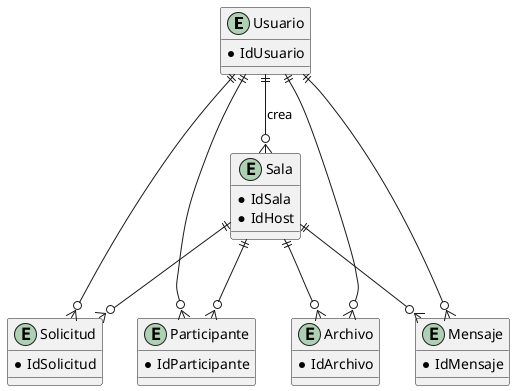
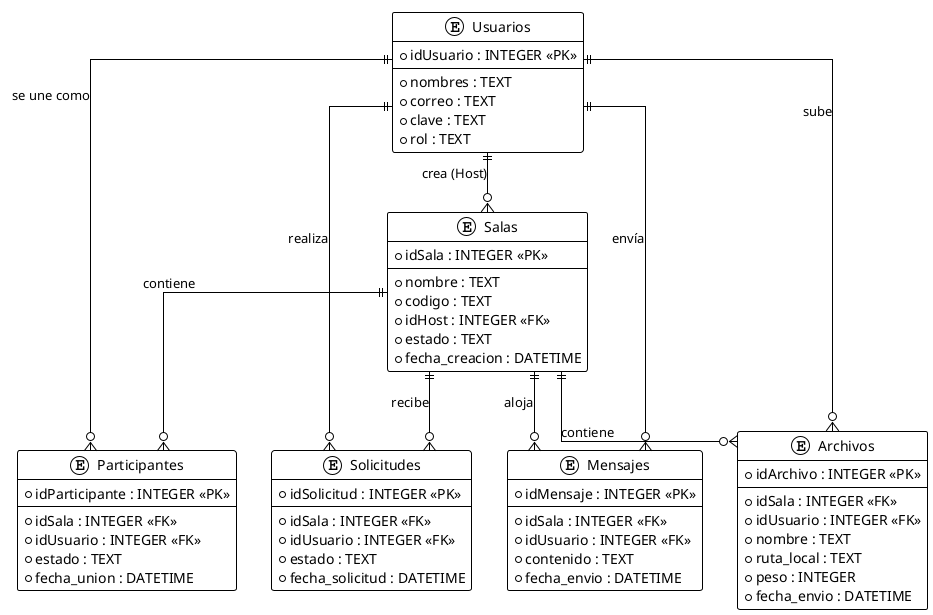
@startuml
- skinparam entity {
-   BackgroundColor White
-   BorderColor #2E86C1
-   FontColor #2E86C1
+ !theme plain
+ skinparam linetype ortho
+ 
+ entity "Usuarios" as usuario {
+   * idUsuario : INTEGER <<PK>>
+   --
+   * nombres : TEXT
+   * correo : TEXT
+   * clave : TEXT
+   * rol : TEXT
}

- entity Usuario {
-   * IdUsuario
+ entity "Salas" as sala {
+   * idSala : INTEGER <<PK>>
+   --
+   * nombre : TEXT
+   * codigo : TEXT
+   * idHost : INTEGER <<FK>>
+   * estado : TEXT
+   * fecha_creacion : DATETIME
}

- entity Sala {
-   * IdSala
-   * IdHost
+ entity "Participantes" as participante {
+   * idParticipante : INTEGER <<PK>>
+   --
+   * idSala : INTEGER <<FK>>
+   * idUsuario : INTEGER <<FK>>
+   * estado : TEXT
+   * fecha_union : DATETIME
}

- entity Participante {
-   * IdParticipante
+ entity "Solicitudes" as solicitud {
+   * idSolicitud : INTEGER <<PK>>
+   --
+   * idSala : INTEGER <<FK>>
+   * idUsuario : INTEGER <<FK>>
+   * estado : TEXT
+   * fecha_solicitud : DATETIME
}

- entity Solicitud {
-   * IdSolicitud
+ entity "Mensajes" as mensaje {
+   * idMensaje : INTEGER <<PK>>
+   --
+   * idSala : INTEGER <<FK>>
+   * idUsuario : INTEGER <<FK>>
+   * contenido : TEXT
+   * fecha_envio : DATETIME
}

- entity Mensaje {
-   * IdMensaje
+ entity "Archivos" as archivo {
+   * idArchivo : INTEGER <<PK>>
+   --
+   * idSala : INTEGER <<FK>>
+   * idUsuario : INTEGER <<FK>>
+   * nombre : TEXT
+   * ruta_local : TEXT
+   * peso : INTEGER
+   * fecha_envio : DATETIME
}

- entity Archivo {
-   * IdArchivo
- }
+ usuario ||--o{ sala : "crea (Host)"
+ usuario ||--o{ participante : "se une como"
+ usuario ||--o{ solicitud : "realiza"
+ usuario ||--o{ mensaje : "envía"
+ usuario ||--o{ archivo : "sube"

- Usuario ||--o{ Sala : "crea"
- Usuario ||--o{ Participante : ""
- Usuario ||--o{ Solicitud : ""
- Usuario ||--o{ Mensaje : ""
- Usuario ||--o{ Archivo : ""
- 
- Sala ||--o{ Participante : ""
- Sala ||--o{ Solicitud : ""
- Sala ||--o{ Mensaje : ""
- Sala ||--o{ Archivo : ""
+ sala ||--o{ participante : "contiene"
+ sala ||--o{ solicitud : "recibe"
+ sala ||--o{ mensaje : "aloja"
+ sala ||--o{ archivo : "contiene"
@enduml
